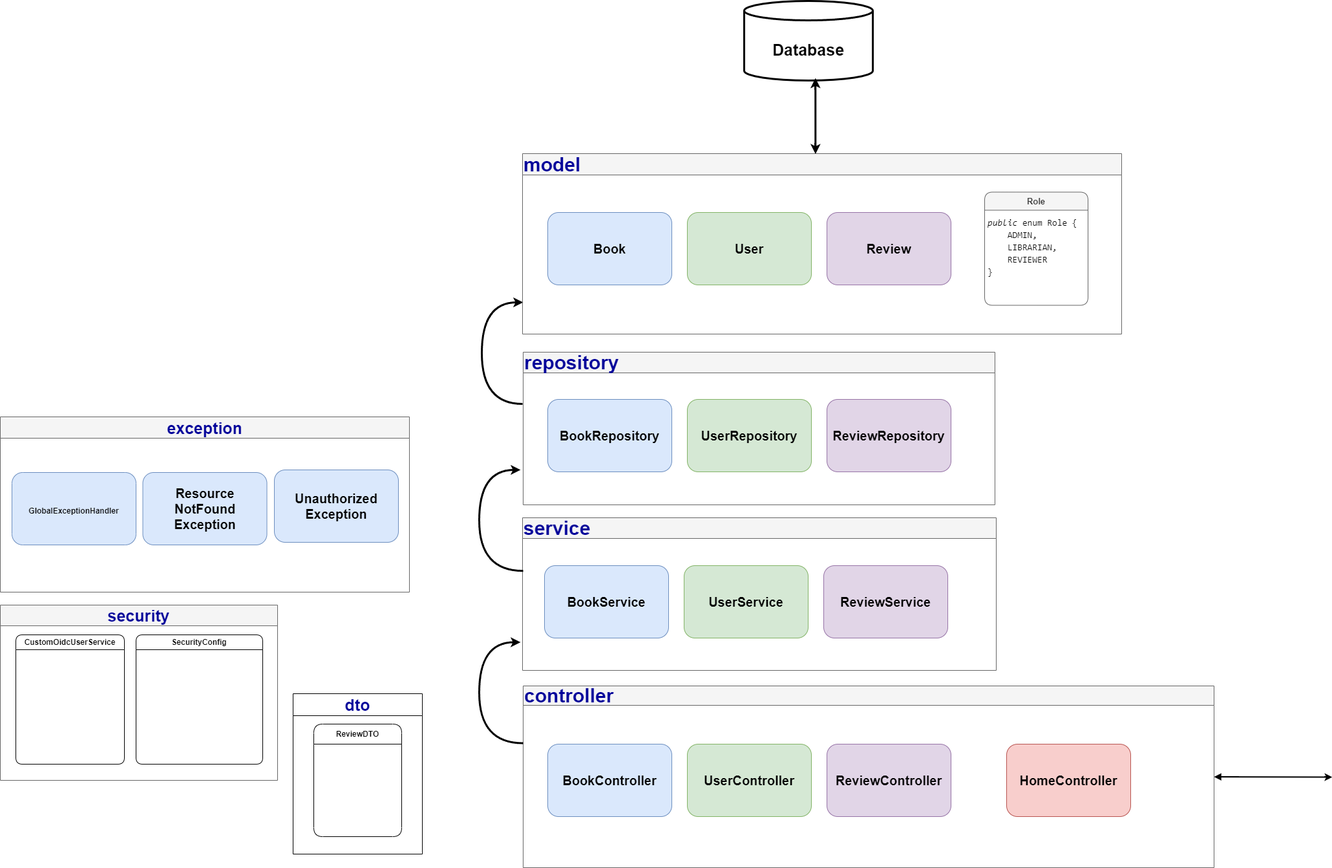
The draw.io diagram backend/src/main/resources/Components Diagram.drawio.png in tathienbao/Backend-BookReview, before a commit. Source tidied: cells renumbered, new cells last; positions are measured from the earlier drawing's top-left corner, leaving out a move shared by most shapes.
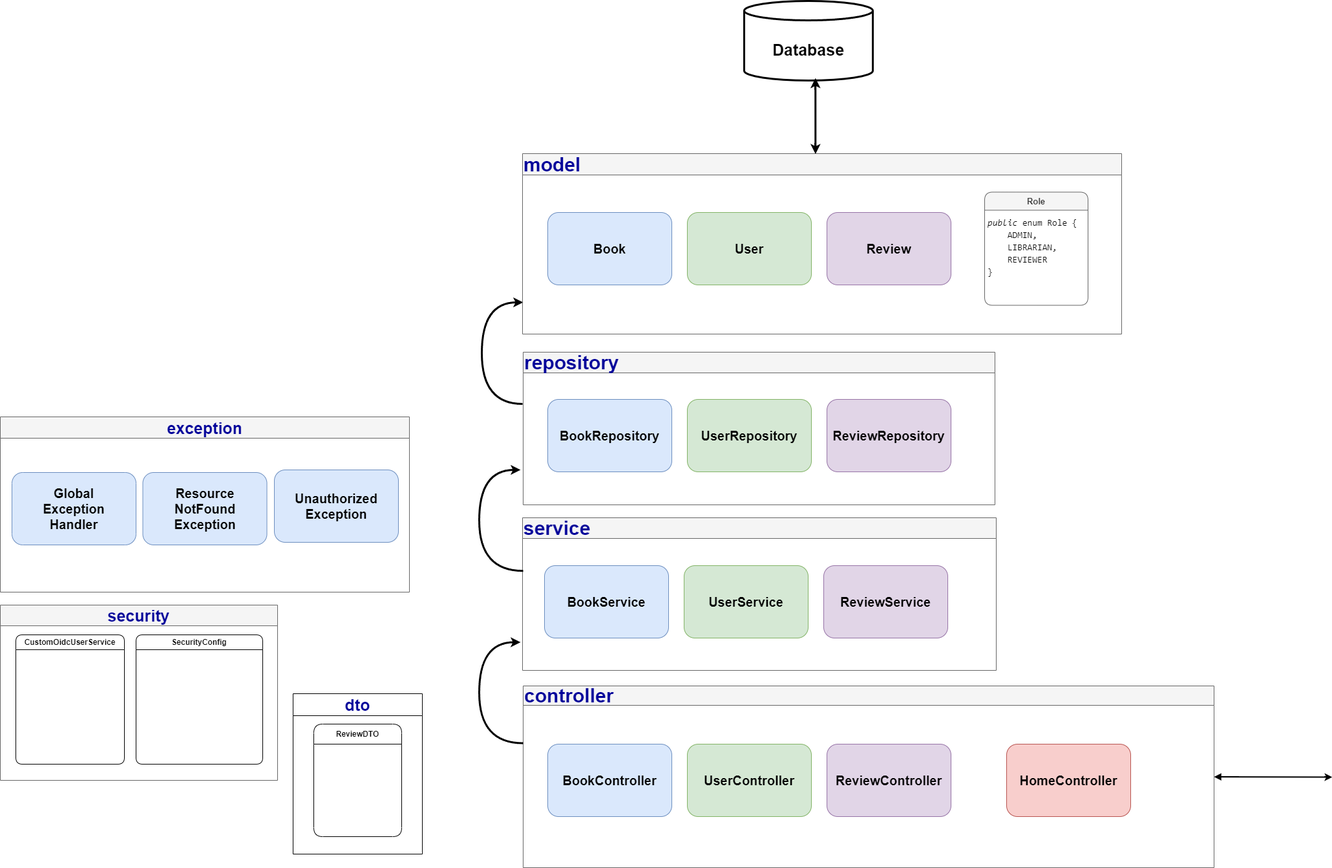
After the change.

Change to the diagram source:
```diff
@@ -59,7 +59,7 @@
     <mxCell id="17" value="&lt;div style=&quot;font-size: 20px;&quot;&gt;&lt;span style=&quot;font-weight: 700;&quot;&gt;Resource&lt;/span&gt;&lt;/div&gt;&lt;div style=&quot;font-size: 20px;&quot;&gt;&lt;span style=&quot;font-weight: 700;&quot;&gt;NotFound&lt;/span&gt;&lt;/div&gt;&lt;div style=&quot;font-size: 20px;&quot;&gt;&lt;span style=&quot;font-weight: 700;&quot;&gt;Exception&lt;/span&gt;&lt;br&gt;&lt;/div&gt;" style="rounded=1;whiteSpace=wrap;html=1;fillColor=#dae8fc;strokeColor=#6c8ebf;" parent="15" vertex="1">
       <mxGeometry x="220.5" y="86" width="192" height="112" as="geometry" />
     </mxCell>
-    <mxCell id="18" value="&lt;div style=&quot;font-size: 20px;&quot;&gt;&lt;span style=&quot;font-size: 12px; font-weight: 700;&quot;&gt;GlobalExceptionHandler&lt;/span&gt;&lt;br&gt;&lt;/div&gt;" style="rounded=1;whiteSpace=wrap;html=1;fillColor=#dae8fc;strokeColor=#6c8ebf;" parent="15" vertex="1">
+    <mxCell id="18" value="&lt;div style=&quot;font-size: 20px;&quot;&gt;&lt;span style=&quot;font-size: 20px; font-weight: 700;&quot;&gt;Global&lt;/span&gt;&lt;/div&gt;&lt;div style=&quot;font-size: 20px;&quot;&gt;&lt;span style=&quot;font-size: 20px; font-weight: 700;&quot;&gt;Exception&lt;/span&gt;&lt;/div&gt;&lt;div style=&quot;font-size: 20px;&quot;&gt;&lt;span style=&quot;font-size: 20px; font-weight: 700;&quot;&gt;Handler&lt;/span&gt;&lt;br style=&quot;font-size: 20px;&quot;&gt;&lt;/div&gt;" style="rounded=1;whiteSpace=wrap;html=1;fillColor=#dae8fc;strokeColor=#6c8ebf;fontSize=20;" parent="15" vertex="1">
       <mxGeometry x="18" y="86" width="192" height="112" as="geometry" />
     </mxCell>
     <mxCell id="19" value="&lt;font color=&quot;#000099&quot; style=&quot;font-size: 30px;&quot;&gt;service&lt;/font&gt;" style="swimlane;whiteSpace=wrap;html=1;startSize=32;align=left;fillColor=#f5f5f5;fontColor=#333333;strokeColor=#666666;" parent="1" vertex="1">
```
